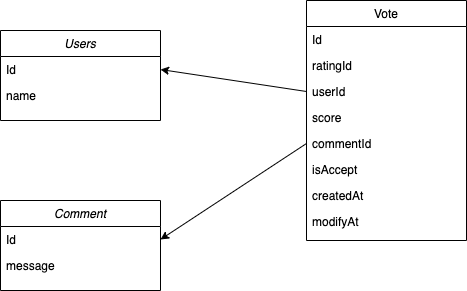
Above: docs/04-architecture/entities.png in crowdproj/crowdproj-ratings-votes (draw.io), before the change. Source tidied: cells renumbered, new cells last; positions are measured from the earlier drawing's top-left corner, leaving out a move shared by most shapes. The source it was exported from:
```xml
<mxGraphModel>
  <root>
    <mxCell id="0" />
    <mxCell id="1" parent="0" />
    <mxCell id="2" value="Comment" style="swimlane;fontStyle=2;align=center;verticalAlign=top;horizontal=1;startSize=26;rounded=0;shadow=0;strokeWidth=1;" parent="1" vertex="1">
      <mxGeometry y="200" width="160" height="90" as="geometry" />
    </mxCell>
    <mxCell id="3" value="Id" style="text;align=left;verticalAlign=top;spacingLeft=4;spacingRight=4;overflow=hidden;points=[[0,0.5],[1,0.5]];portConstraint=eastwest;" parent="2" vertex="1">
      <mxGeometry y="26" width="160" height="26" as="geometry" />
    </mxCell>
    <mxCell id="4" value="message" style="text;align=left;verticalAlign=top;spacingLeft=4;spacingRight=4;overflow=hidden;rounded=0;shadow=0;html=0;" parent="2" vertex="1">
      <mxGeometry y="52" width="160" height="26" as="geometry" />
    </mxCell>
    <mxCell id="5" value="Vote" style="swimlane;fontStyle=0;align=center;verticalAlign=top;horizontal=1;startSize=26;rounded=0;shadow=0;strokeWidth=1;" parent="1" vertex="1">
      <mxGeometry x="306" width="160" height="240" as="geometry" />
    </mxCell>
    <mxCell id="6" value="Id" style="text;align=left;verticalAlign=top;spacingLeft=4;spacingRight=4;overflow=hidden;" parent="5" vertex="1">
      <mxGeometry y="26" width="160" height="26" as="geometry" />
    </mxCell>
    <mxCell id="7" value="ratingId" style="text;align=left;verticalAlign=top;spacingLeft=4;spacingRight=4;overflow=hidden;rounded=0;shadow=0;html=0;" parent="5" vertex="1">
      <mxGeometry y="52" width="160" height="26" as="geometry" />
    </mxCell>
    <mxCell id="8" value="userId" style="text;align=left;verticalAlign=top;spacingLeft=4;spacingRight=4;overflow=hidden;points=[[0,0.5],[1,0.5]];portConstraint=eastwest;rounded=0;shadow=0;html=0;" parent="5" vertex="1">
      <mxGeometry y="78" width="160" height="26" as="geometry" />
    </mxCell>
    <mxCell id="9" value="score" style="text;align=left;verticalAlign=top;spacingLeft=4;spacingRight=4;overflow=hidden;rounded=0;shadow=0;html=0;" parent="5" vertex="1">
      <mxGeometry y="104" width="160" height="26" as="geometry" />
    </mxCell>
    <mxCell id="10" value="commentId" style="text;align=left;verticalAlign=top;spacingLeft=4;spacingRight=4;overflow=hidden;points=[[0,0.5],[1,0.5]];portConstraint=eastwest;rounded=0;shadow=0;html=0;" parent="5" vertex="1">
      <mxGeometry y="130" width="160" height="26" as="geometry" />
    </mxCell>
    <mxCell id="11" value="isAccept" style="text;align=left;verticalAlign=top;spacingLeft=4;spacingRight=4;overflow=hidden;" parent="5" vertex="1">
      <mxGeometry y="156" width="160" height="26" as="geometry" />
    </mxCell>
    <mxCell id="12" value="createdAt" style="text;align=left;verticalAlign=top;spacingLeft=4;spacingRight=4;overflow=hidden;" parent="5" vertex="1">
      <mxGeometry y="182" width="160" height="26" as="geometry" />
    </mxCell>
    <mxCell id="13" value="modifyAt" style="text;align=left;verticalAlign=top;spacingLeft=4;spacingRight=4;overflow=hidden;" parent="5" vertex="1">
      <mxGeometry y="208" width="160" height="26" as="geometry" />
    </mxCell>
    <mxCell id="14" style="endArrow=classic;html=1;rounded=0;exitX=0;exitY=0.5;exitDx=0;exitDy=0;entryX=1;entryY=0.5;entryDx=0;entryDy=0;" parent="1" edge="1" source="10" target="3">
      <mxGeometry relative="1" as="geometry" />
    </mxCell>
    <mxCell id="15" value="Users" style="swimlane;fontStyle=2;align=center;verticalAlign=top;horizontal=1;startSize=26;rounded=0;shadow=0;strokeWidth=1;" parent="1" vertex="1">
      <mxGeometry y="30" width="160" height="90" as="geometry" />
    </mxCell>
    <mxCell id="16" value="Id" style="text;align=left;verticalAlign=top;spacingLeft=4;spacingRight=4;overflow=hidden;points=[[0,0.5],[1,0.5]];portConstraint=eastwest;" parent="15" vertex="1">
      <mxGeometry y="26" width="160" height="26" as="geometry" />
    </mxCell>
    <mxCell id="17" value="name" style="text;align=left;verticalAlign=top;spacingLeft=4;spacingRight=4;overflow=hidden;rounded=0;shadow=0;html=0;" parent="15" vertex="1">
      <mxGeometry y="52" width="160" height="26" as="geometry" />
    </mxCell>
    <mxCell id="18" style="endArrow=classic;html=1;rounded=0;exitX=0;exitY=0.5;exitDx=0;exitDy=0;entryX=1;entryY=0.5;entryDx=0;entryDy=0;" parent="1" edge="1" source="8" target="16">
      <mxGeometry relative="1" as="geometry" />
    </mxCell>
  </root>
</mxGraphModel>
```
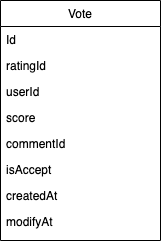
Above is the later version.

The edit, as a diff of the source:
```diff
@@ -2,15 +2,6 @@
   <root>
     <mxCell id="0" />
     <mxCell id="1" parent="0" />
-    <mxCell id="2" value="Comment" style="swimlane;fontStyle=2;align=center;verticalAlign=top;horizontal=1;startSize=26;rounded=0;shadow=0;strokeWidth=1;" parent="1" vertex="1">
-      <mxGeometry y="200" width="160" height="90" as="geometry" />
-    </mxCell>
-    <mxCell id="3" value="Id" style="text;align=left;verticalAlign=top;spacingLeft=4;spacingRight=4;overflow=hidden;points=[[0,0.5],[1,0.5]];portConstraint=eastwest;" parent="2" vertex="1">
-      <mxGeometry y="26" width="160" height="26" as="geometry" />
-    </mxCell>
-    <mxCell id="4" value="message" style="text;align=left;verticalAlign=top;spacingLeft=4;spacingRight=4;overflow=hidden;rounded=0;shadow=0;html=0;" parent="2" vertex="1">
-      <mxGeometry y="52" width="160" height="26" as="geometry" />
-    </mxCell>
     <mxCell id="5" value="Vote" style="swimlane;fontStyle=0;align=center;verticalAlign=top;horizontal=1;startSize=26;rounded=0;shadow=0;strokeWidth=1;" parent="1" vertex="1">
       <mxGeometry x="306" width="160" height="240" as="geometry" />
     </mxCell>
@@ -38,20 +29,5 @@
     <mxCell id="13" value="modifyAt" style="text;align=left;verticalAlign=top;spacingLeft=4;spacingRight=4;overflow=hidden;" parent="5" vertex="1">
       <mxGeometry y="208" width="160" height="26" as="geometry" />
     </mxCell>
-    <mxCell id="14" style="endArrow=classic;html=1;rounded=0;exitX=0;exitY=0.5;exitDx=0;exitDy=0;entryX=1;entryY=0.5;entryDx=0;entryDy=0;" parent="1" edge="1" source="10" target="3">
-      <mxGeometry relative="1" as="geometry" />
-    </mxCell>
-    <mxCell id="15" value="Users" style="swimlane;fontStyle=2;align=center;verticalAlign=top;horizontal=1;startSize=26;rounded=0;shadow=0;strokeWidth=1;" parent="1" vertex="1">
-      <mxGeometry y="30" width="160" height="90" as="geometry" />
-    </mxCell>
-    <mxCell id="16" value="Id" style="text;align=left;verticalAlign=top;spacingLeft=4;spacingRight=4;overflow=hidden;points=[[0,0.5],[1,0.5]];portConstraint=eastwest;" parent="15" vertex="1">
-      <mxGeometry y="26" width="160" height="26" as="geometry" />
-    </mxCell>
-    <mxCell id="17" value="name" style="text;align=left;verticalAlign=top;spacingLeft=4;spacingRight=4;overflow=hidden;rounded=0;shadow=0;html=0;" parent="15" vertex="1">
-      <mxGeometry y="52" width="160" height="26" as="geometry" />
-    </mxCell>
-    <mxCell id="18" style="endArrow=classic;html=1;rounded=0;exitX=0;exitY=0.5;exitDx=0;exitDy=0;entryX=1;entryY=0.5;entryDx=0;entryDy=0;" parent="1" edge="1" source="8" target="16">
-      <mxGeometry relative="1" as="geometry" />
-    </mxCell>
   </root>
 </mxGraphModel>
```
